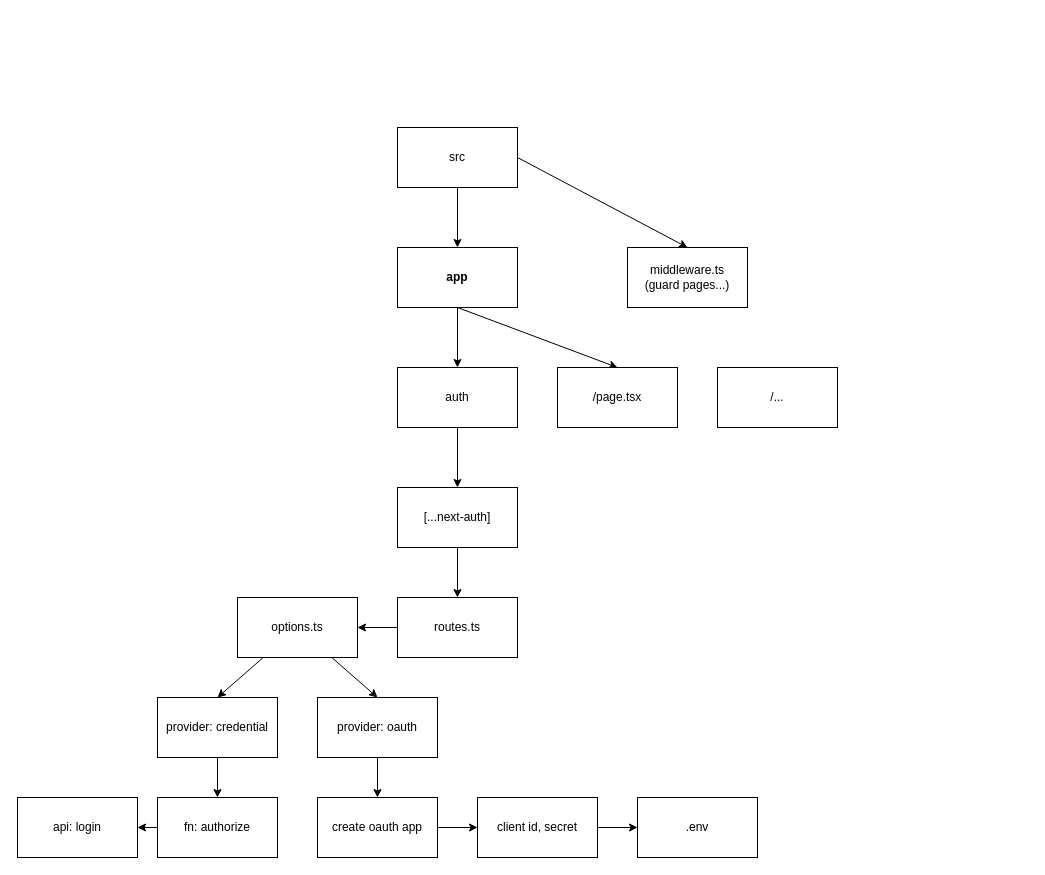
Above: next06-next-auth/README.drawio in roylee0704/hello-next13 (draw.io), before the change. Source tidied: cells renumbered, new cells numbered last; positions are measured from the earlier drawing's top-left corner, leaving out a move shared by most shapes. Both pictures are drawn from the tidied source at 100%, with x=0, y=0 at pixel (17, 127).
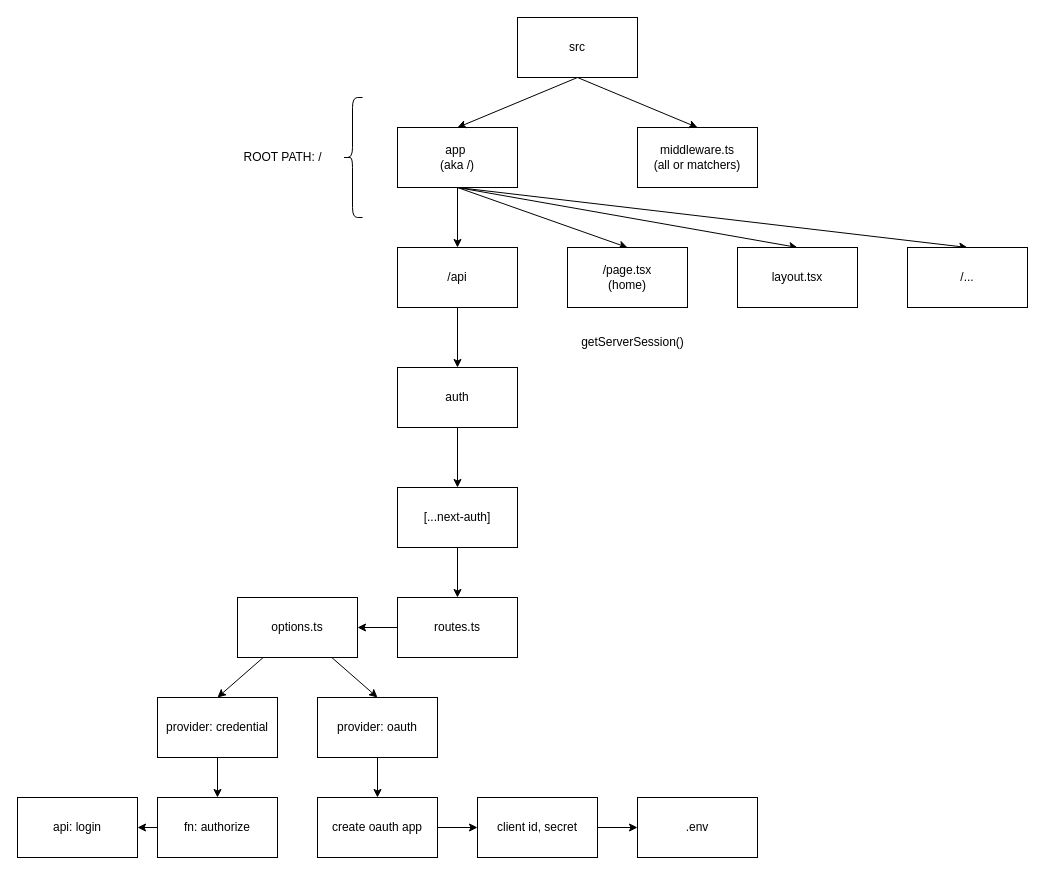
The same diagram, later.

Change to the diagram source:
```diff
@@
-    <mxCell id="3" style="edgeStyle=none;html=1;entryX=0.5;entryY=0;entryDx=0;entryDy=0;exitX=1;exitY=0.5;exitDx=0;exitDy=0;" parent="1" edge="1" source="4" target="31">
-      <mxGeometry relative="1" as="geometry" />
-    </mxCell>
+    <mxCell id="32" style="edgeStyle=none;html=1;entryX=0.5;entryY=0;entryDx=0;entryDy=0;exitX=0.5;exitY=1;exitDx=0;exitDy=0;" parent="1" edge="1" source="4" target="28">
+      <mxGeometry relative="1" as="geometry" />
+    </mxCell>
+    <mxCell id="33" style="edgeStyle=none;html=1;exitX=0.5;exitY=1;exitDx=0;exitDy=0;entryX=0.5;entryY=0;entryDx=0;entryDy=0;" parent="1" edge="1" source="4" target="29">
+      <mxGeometry relative="1" as="geometry" />
+    </mxCell>
+    <mxCell id="34" style="edgeStyle=none;html=1;exitX=0.5;exitY=1;exitDx=0;exitDy=0;entryX=0.5;entryY=0;entryDx=0;entryDy=0;" parent="1" edge="1" source="4" target="41">
+      <mxGeometry relative="1" as="geometry" />
+    </mxCell>
-    <mxCell id="4" value="src" style="rounded=0;whiteSpace=wrap;html=1;fontStyle=0;" parent="1" vertex="1">
+    <mxCell id="4" value="app&amp;nbsp;&lt;br&gt;(aka /)" style="rounded=0;whiteSpace=wrap;html=1;fontStyle=0;" parent="1" vertex="1">
       <mxGeometry x="380" width="120" height="60" as="geometry" />
     </mxCell>
@@
-    <mxCell id="6" style="edgeStyle=none;html=1;entryX=0.5;entryY=0;entryDx=0;entryDy=0;exitX=0.5;exitY=1;exitDx=0;exitDy=0;" parent="1" edge="1" source="7" target="28">
-      <mxGeometry relative="1" as="geometry" />
-    </mxCell>
-    <mxCell id="7" value="app" style="rounded=0;whiteSpace=wrap;html=1;fontStyle=1;" parent="1" vertex="1">
+    <mxCell id="7" value="/api" style="rounded=0;whiteSpace=wrap;html=1;fontStyle=0;" parent="1" vertex="1">
       <mxGeometry x="380" y="120" width="120" height="60" as="geometry" />
     </mxCell>
@@
-    <mxCell id="28" value="/page.tsx" style="rounded=0;whiteSpace=wrap;html=1;fontStyle=0;" parent="1" vertex="1">
-      <mxGeometry x="540" y="240" width="120" height="60" as="geometry" />
+    <mxCell id="28" value="/page.tsx&lt;br&gt;(home)" style="rounded=0;whiteSpace=wrap;html=1;fontStyle=0;" parent="1" vertex="1">
+      <mxGeometry x="550" y="120" width="120" height="60" as="geometry" />
     </mxCell>
-    <mxCell id="29" value="/..." style="rounded=0;whiteSpace=wrap;html=1;fontStyle=0;" parent="1" vertex="1">
-      <mxGeometry x="700" y="240" width="120" height="60" as="geometry" />
+    <mxCell id="29" value="layout.tsx" style="rounded=0;whiteSpace=wrap;html=1;fontStyle=0;" parent="1" vertex="1">
+      <mxGeometry x="720" y="120" width="120" height="60" as="geometry" />
     </mxCell>
@@
-    <mxCell id="31" value="middleware.ts&lt;br&gt;(guard pages...)" style="rounded=0;whiteSpace=wrap;html=1;fontStyle=0;" parent="1" vertex="1">
-      <mxGeometry x="610" y="120" width="120" height="60" as="geometry" />
+    <mxCell id="31" value="middleware.ts&lt;br&gt;(all or matchers)" style="rounded=0;whiteSpace=wrap;html=1;fontStyle=0;" parent="1" vertex="1">
+      <mxGeometry x="620" width="120" height="60" as="geometry" />
     </mxCell>
+    <mxCell id="35" style="edgeStyle=none;html=1;entryX=0.5;entryY=0;entryDx=0;entryDy=0;exitX=0.5;exitY=1;exitDx=0;exitDy=0;" parent="1" edge="1" source="37" target="4">
+      <mxGeometry relative="1" as="geometry" />
+    </mxCell>
+    <mxCell id="36" style="edgeStyle=none;html=1;entryX=0.5;entryY=0;entryDx=0;entryDy=0;exitX=0.5;exitY=1;exitDx=0;exitDy=0;" parent="1" edge="1" source="37" target="31">
+      <mxGeometry relative="1" as="geometry" />
+    </mxCell>
+    <mxCell id="37" value="src" style="rounded=0;whiteSpace=wrap;html=1;fontStyle=0;" parent="1" vertex="1">
+      <mxGeometry x="500" y="-110" width="120" height="60" as="geometry" />
+    </mxCell>
+    <mxCell id="38" style="shape=curlyBracket;whiteSpace=wrap;html=1;rounded=1;labelPosition=left;verticalLabelPosition=middle;align=right;verticalAlign=middle;" parent="1" vertex="1">
+      <mxGeometry x="325" y="-30" width="20" height="120" as="geometry" />
+    </mxCell>
+    <mxCell id="39" value="ROOT PATH: /" style="text;html=1;align=center;verticalAlign=middle;strokeColor=none;fillColor=none;" parent="1" vertex="1">
+      <mxGeometry x="215" y="15" width="100" height="30" as="geometry" />
+    </mxCell>
+    <mxCell id="40" value="getServerSession()" style="text;html=1;align=center;verticalAlign=middle;strokeColor=none;fillColor=none;" parent="1" vertex="1">
+      <mxGeometry x="550" y="200" width="130" height="30" as="geometry" />
+    </mxCell>
+    <mxCell id="41" value="/..." style="rounded=0;whiteSpace=wrap;html=1;fontStyle=0;" parent="1" vertex="1">
+      <mxGeometry x="890" y="120" width="120" height="60" as="geometry" />
+    </mxCell>
```
